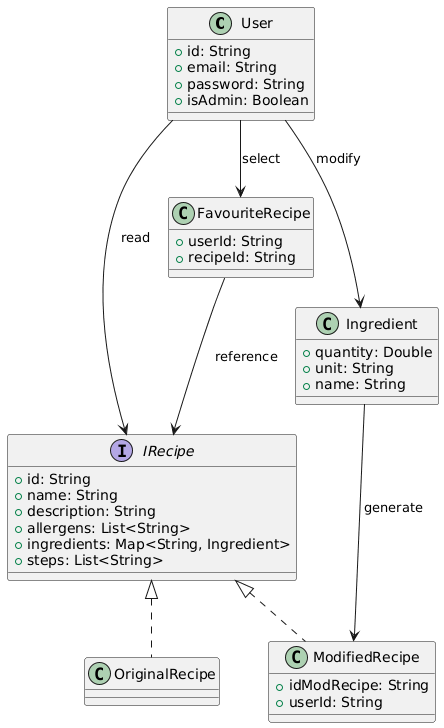
The PlantUML diagram documentacion/img/logico.png in LetsGetCactus/CocinaConCatalina, before a commit.
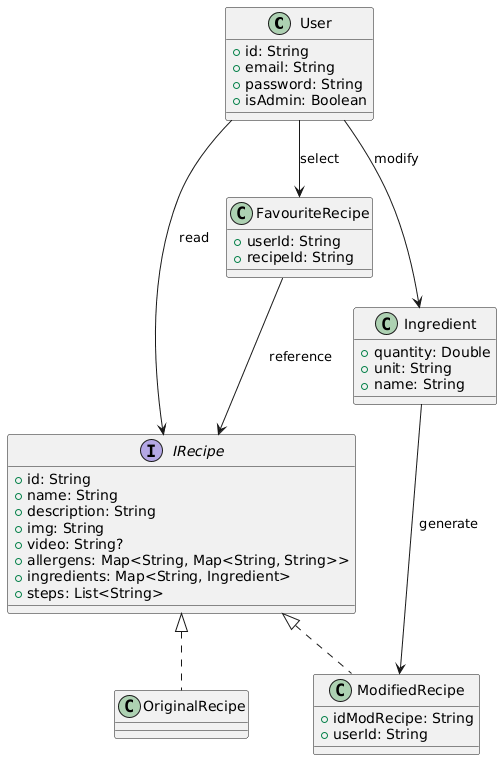
Above is the later version.

What changed in the source:
```diff
@@ -10,7 +10,9 @@
   + id: String
   + name: String
   + description: String
-  + allergens: List<String>
++img: String
++video: String?
+  + allergens: Map<String, Map<String, String>>
   + ingredients: Map<String, Ingredient>
   + steps: List<String>
 }
@@ -25,6 +27,7 @@
 class FavouriteRecipe {
   + userId: String
   + recipeId: String
+
 }
 
 class Ingredient {
@@ -33,7 +36,7 @@
   + name: String
 }
 
-User -->IRecipe : read
+User --> IRecipe : read
 User --> Ingredient : modify
 User --> FavouriteRecipe : select
 FavouriteRecipe --> IRecipe : reference
```
